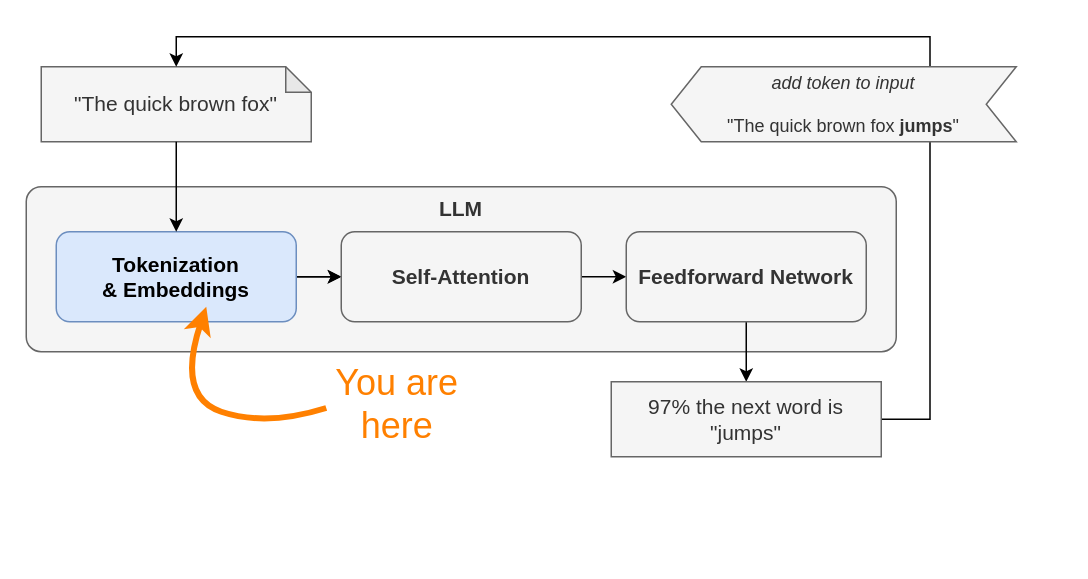
Earlier version of the draw.io diagram book/images/input/llm-flow-input.drawio (yshavit/llm-notes). Source tidied: cells renumbered, new cells numbered last; positions are measured from the earlier drawing's top-left corner, leaving out a move shared by most shapes. Both pictures are drawn from the tidied source at 150%, with x=0, y=0 at pixel (26, 66).
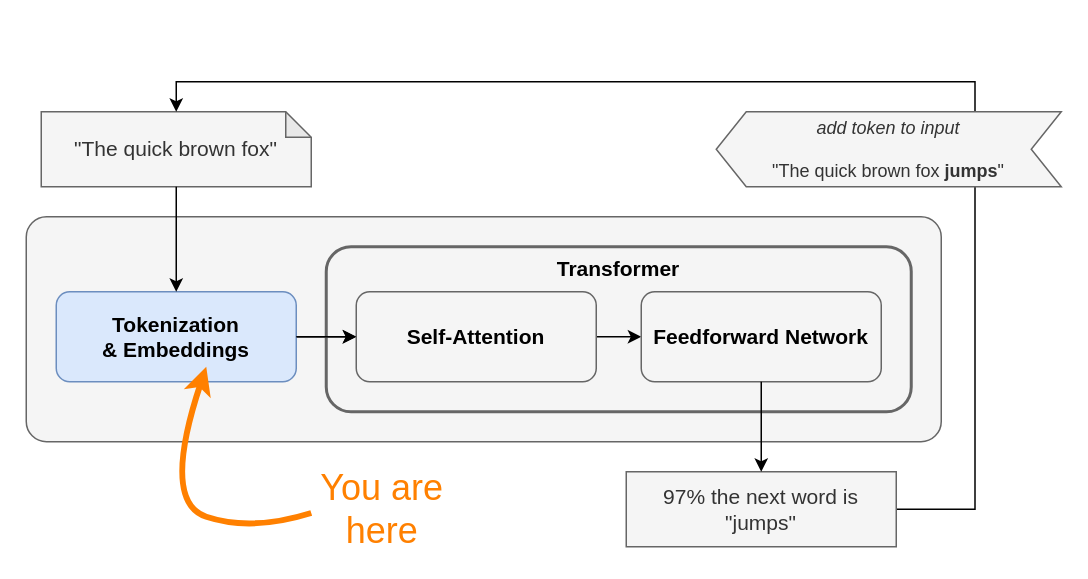
Above is the later version.

Commit message (it also covers changes not shown here):
add transformer to architecture

The edit, as a diff of the source:
```diff
@@
-    <mxCell id="2" value="&quot;The qui&lt;span style=&quot;background-color: transparent; color: light-dark(rgb(51, 51, 51), rgb(193, 193, 193));&quot;&gt;ck brown fox&quot;&lt;/span&gt;" style="shape=note;whiteSpace=wrap;html=1;backgroundOutline=1;darkOpacity=0.05;size=17;fillColor=#f5f5f5;strokeColor=#666666;fontSize=14;fontColor=#333333;" parent="1" vertex="1">
-      <mxGeometry x="10" width="180" height="50" as="geometry" />
-    </mxCell>
-    <mxCell id="3" value="LLM" style="rounded=1;whiteSpace=wrap;html=1;fillColor=#f5f5f5;strokeColor=#666666;arcSize=9;verticalAlign=top;fontSize=14;fontStyle=1;labelBackgroundColor=none;fontColor=#333333;" parent="1" vertex="1">
-      <mxGeometry y="80" width="580" height="110" as="geometry" />
-    </mxCell>
-    <mxCell id="4" style="edgeStyle=orthogonalEdgeStyle;rounded=0;jettySize=auto;html=1;" parent="1" edge="1" source="6" target="8">
-      <mxGeometry relative="1" as="geometry" />
-    </mxCell>
-    <mxCell id="5" style="edgeStyle=orthogonalEdgeStyle;rounded=0;jettySize=auto;html=1;" parent="1" edge="1" source="6" target="8">
-      <mxGeometry relative="1" as="geometry" />
-    </mxCell>
+    <mxCell id="18" value="&quot;The quick brown fox&quot;" style="shape=note;whiteSpace=wrap;html=1;backgroundOutline=1;darkOpacity=0.05;size=17;fillColor=#f5f5f5;strokeColor=#666666;fontSize=14;fontColor=#333333;" parent="1" vertex="1">
+      <mxGeometry x="10" y="30" width="180" height="50" as="geometry" />
+    </mxCell>
+    <mxCell id="19" style="rounded=1;whiteSpace=wrap;html=1;fillColor=#f5f5f5;strokeColor=#666666;arcSize=9;verticalAlign=top;fontSize=14;fontStyle=1;labelBackgroundColor=none;fontColor=#333333;" parent="1" vertex="1">
+      <mxGeometry y="100" width="610" height="150" as="geometry" />
+    </mxCell>
+    <mxCell id="20" style="edgeStyle=orthogonalEdgeStyle;rounded=0;jettySize=auto;html=1;fontColor=#000000;" parent="1" edge="1" source="6" target="8">
+      <mxGeometry relative="1" as="geometry" />
+    </mxCell>
     <mxCell id="6" value="&lt;b&gt;Tokenization&lt;br&gt;&amp;amp; Embeddings&lt;/b&gt;" style="rounded=1;whiteSpace=wrap;html=1;fillColor=#dae8fc;strokeColor=#6c8ebf;fontSize=14;" parent="1" vertex="1">
-      <mxGeometry x="20" y="110" width="160" height="60" as="geometry" />
+      <mxGeometry x="20" y="150" width="160" height="60" as="geometry" />
     </mxCell>
-    <mxCell id="7" style="edgeStyle=orthogonalEdgeStyle;rounded=0;jettySize=auto;html=1;" parent="1" edge="1" source="8" target="10">
+    <mxCell id="7" style="edgeStyle=orthogonalEdgeStyle;rounded=0;jettySize=auto;html=1;fontColor=#000000;" parent="1" edge="1" source="8" target="10">
       <mxGeometry relative="1" as="geometry" />
     </mxCell>
-    <mxCell id="8" value="&lt;b&gt;Self-Attention&lt;/b&gt;" style="rounded=1;whiteSpace=wrap;html=1;fillColor=#f5f5f5;fontColor=#333333;strokeColor=#666666;fontSize=14;" parent="1" vertex="1">
-      <mxGeometry x="210" y="110" width="160" height="60" as="geometry" />
+    <mxCell id="8" value="&lt;b&gt;Self-Attention&lt;/b&gt;" style="rounded=1;whiteSpace=wrap;html=1;fillColor=#f5f5f5;fontColor=#000000;strokeColor=#666666;fontSize=14;" parent="1" vertex="1">
+      <mxGeometry x="220" y="150" width="160" height="60" as="geometry" />
     </mxCell>
-    <mxCell id="9" style="edgeStyle=orthogonalEdgeStyle;rounded=0;jettySize=auto;html=1;" parent="1" edge="1" source="10" target="12">
-      <mxGeometry relative="1" as="geometry" />
-    </mxCell>
-    <mxCell id="10" value="&lt;b&gt;Feedforward Network&lt;/b&gt;" style="rounded=1;whiteSpace=wrap;html=1;fillColor=#f5f5f5;fontColor=#333333;strokeColor=#666666;fontSize=14;" parent="1" vertex="1">
-      <mxGeometry x="400" y="110" width="160" height="60" as="geometry" />
+    <mxCell id="10" value="&lt;b&gt;Feedforward Network&lt;/b&gt;" style="rounded=1;whiteSpace=wrap;html=1;fillColor=#f5f5f5;fontColor=#000000;strokeColor=#666666;fontSize=14;" parent="1" vertex="1">
+      <mxGeometry x="410" y="150" width="160" height="60" as="geometry" />
     </mxCell>
@@
     <mxCell id="12" value="97% the next word is &quot;jumps&quot;" style="rounded=0;whiteSpace=wrap;html=1;fontSize=14;fillColor=#f5f5f5;strokeColor=#666666;fontColor=#333333;" parent="1" vertex="1">
-      <mxGeometry x="390" y="210" width="180" height="50" as="geometry" />
+      <mxGeometry x="400" y="270" width="180" height="50" as="geometry" />
     </mxCell>
-    <mxCell id="13" style="edgeStyle=orthogonalEdgeStyle;rounded=0;jettySize=auto;html=1;exitX=0.75;exitY=0;exitDx=0;exitDy=0;entryX=0.5;entryY=0;entryDx=0;entryDy=0;entryPerimeter=0;" parent="1" edge="1" source="14" target="2">
-      <mxGeometry relative="1" as="geometry" />
-    </mxCell>
+    <mxCell id="21" style="edgeStyle=orthogonalEdgeStyle;rounded=0;jettySize=auto;html=1;exitX=0.75;exitY=0;exitDx=0;exitDy=0;entryX=0.5;entryY=0;entryDx=0;entryDy=0;entryPerimeter=0;" parent="1" edge="1" source="14" target="18">
+      <mxGeometry relative="1" as="geometry" />
+    </mxCell>
     <mxCell id="14" value="&lt;i&gt;add token to input&lt;/i&gt;&lt;div&gt;&lt;br&gt;&lt;/div&gt;&lt;div&gt;&quot;The quick brown fox &lt;b&gt;jumps&lt;/b&gt;&quot;&lt;/div&gt;" style="shape=step;perimeter=stepPerimeter;whiteSpace=wrap;html=1;fixedSize=1;fillColor=#f5f5f5;strokeColor=#666666;size=20;flipH=1;fontColor=#333333;" parent="1" vertex="1">
-      <mxGeometry x="430" width="230" height="50" as="geometry" />
+      <mxGeometry x="460" y="30" width="230" height="50" as="geometry" />
     </mxCell>
-    <mxCell id="15" style="edgeStyle=orthogonalEdgeStyle;rounded=0;jettySize=auto;html=1;exitX=0.5;exitY=1;exitDx=0;exitDy=0;exitPerimeter=0;entryX=0.5;entryY=0;entryDx=0;entryDy=0;" parent="1" edge="1" source="2" target="6">
-      <mxGeometry relative="1" as="geometry" />
-    </mxCell>
+    <mxCell id="22" style="edgeStyle=orthogonalEdgeStyle;rounded=0;jettySize=auto;html=1;exitX=0.5;exitY=1;exitDx=0;exitDy=0;exitPerimeter=0;entryX=0.5;entryY=0;entryDx=0;entryDy=0;" parent="1" edge="1" source="18" target="6">
+      <mxGeometry relative="1" as="geometry" />
+    </mxCell>
+    <mxCell id="23" value="Transformer" style="rounded=1;whiteSpace=wrap;html=1;verticalAlign=top;fontSize=14;strokeWidth=2;fillColor=none;fontStyle=1;strokeColor=#666666;fontColor=#000000;" parent="1" vertex="1">
+      <mxGeometry x="200" y="120" width="390" height="110" as="geometry" />
+    </mxCell>
+    <mxCell id="24" style="edgeStyle=orthogonalEdgeStyle;rounded=0;jettySize=auto;html=1;fontColor=#000000;" parent="1" edge="1" source="6" target="8">
+      <mxGeometry relative="1" as="geometry" />
+    </mxCell>
+    <mxCell id="9" style="edgeStyle=orthogonalEdgeStyle;rounded=0;jettySize=auto;html=1;" parent="1" edge="1" source="10" target="12">
+      <mxGeometry relative="1" as="geometry" />
+    </mxCell>
     <mxCell id="16" style="curved=1;endArrow=classic;html=1;rounded=0;endFill=1;strokeWidth=4;fillColor=#d80073;strokeColor=#FF8000;startFill=1;comic=0;exitX=0;exitY=0.25;exitDx=0;exitDy=0;" parent="1" edge="1">
       <mxGeometry relative="1" as="geometry">
-        <mxPoint x="200" y="227.5" as="sourcePoint" />
-        <mxPoint x="120" y="160" as="targetPoint" />
+        <mxPoint x="190" y="297.5" as="sourcePoint" />
+        <mxPoint x="120" y="200" as="targetPoint" />
         <Array as="points">
-          <mxPoint x="160" y="240" />
-          <mxPoint x="100" y="220" />
+          <mxPoint x="150" y="310" />
+          <mxPoint x="90" y="290" />
         </Array>
       </mxGeometry>
     </mxCell>
     <mxCell id="17" value="You are here" style="text;strokeColor=none;fillColor=none;align=center;verticalAlign=middle;rounded=0;fontSize=24;fontColor=#FF8000;labelBorderColor=none;textShadow=0;horizontal=1;glass=0;shadow=0;labelBackgroundColor=none;whiteSpace=wrap;html=1;convertToSvg=0;" parent="1" vertex="1">
-      <mxGeometry x="200" y="210" width="95" height="30" as="geometry" />
+      <mxGeometry x="190" y="280" width="95" height="30" as="geometry" />
     </mxCell>
```
